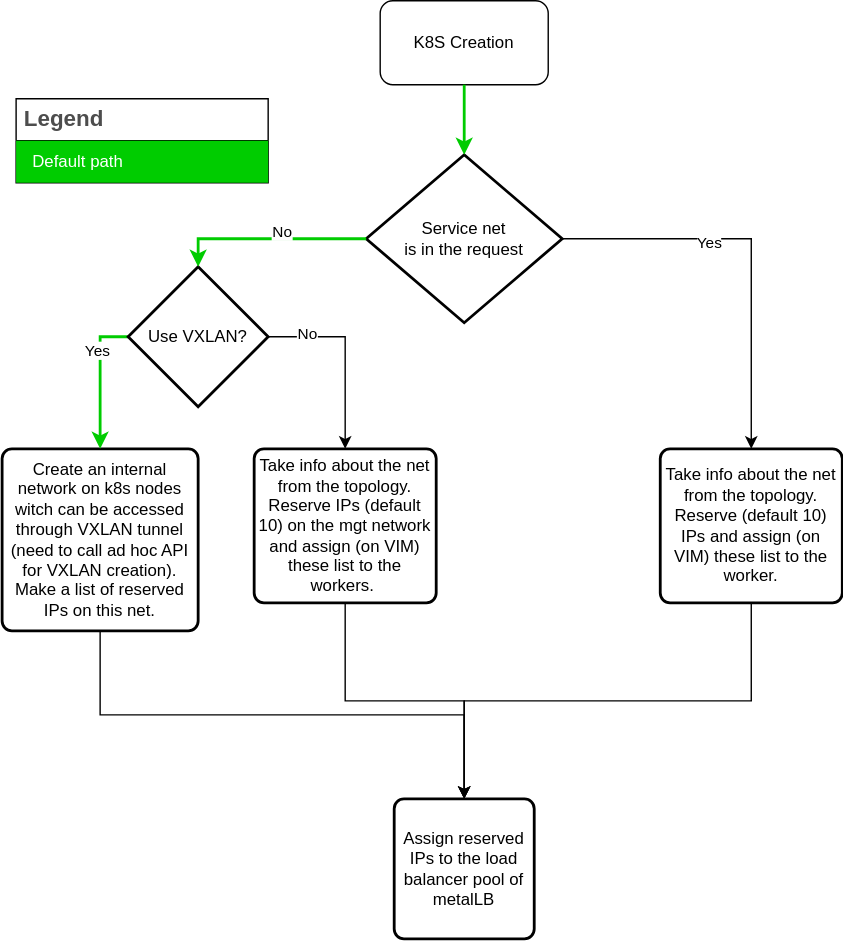
s2n-cnit/nfvcl-ng keeps this draw.io diagram as docs/images/k8s/k8s_blueprint-LB_assignment.drawio.svg. Above is the earlier version. Source tidied: cells renumbered, new cells last; positions are measured from the earlier drawing's top-left corner, leaving out a move shared by most shapes.
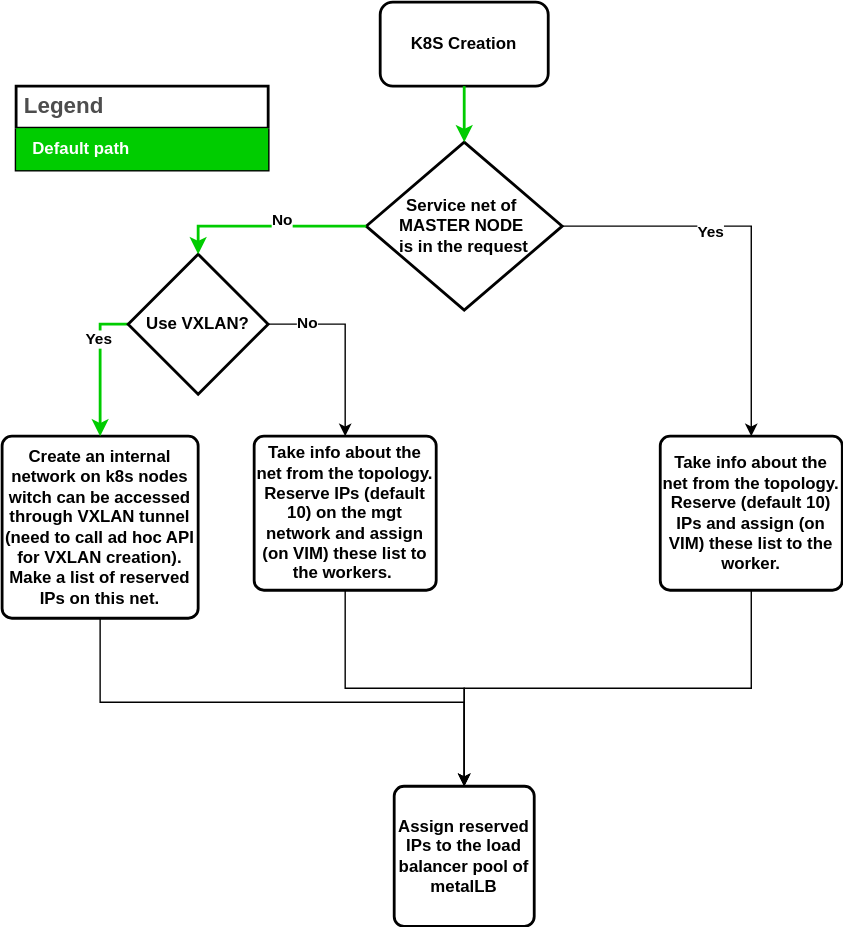
After the commit.

The edit, as a diff of the source:
```diff
@@ -2,70 +2,70 @@
   <root>
     <mxCell id="0" />
     <mxCell id="1" parent="0" />
-    <mxCell id="2" style="edgeStyle=orthogonalEdgeStyle;rounded=0;jettySize=auto;html=1;exitX=1;exitY=0.5;exitDx=0;exitDy=0;exitPerimeter=0;entryX=0.5;entryY=0;entryDx=0;entryDy=0;" parent="1" edge="1" source="4" target="20">
+    <mxCell id="2" style="edgeStyle=orthogonalEdgeStyle;rounded=0;jettySize=auto;html=1;exitX=1;exitY=0.5;exitDx=0;exitDy=0;exitPerimeter=0;entryX=0.5;entryY=0;entryDx=0;entryDy=0;fontStyle=1;" parent="1" edge="1" source="4" target="20">
       <mxGeometry relative="1" as="geometry" />
     </mxCell>
-    <mxCell id="3" value="Yes" style="edgeLabel;html=1;align=center;verticalAlign=middle;" parent="2" vertex="1">
+    <mxCell id="3" value="Yes" style="edgeLabel;html=1;align=center;verticalAlign=middle;fontStyle=1;" parent="2" vertex="1">
       <mxGeometry x="-0.26" y="-3" relative="1" as="geometry" />
     </mxCell>
-    <mxCell id="4" value="Service net&lt;div&gt;is in the request&lt;/div&gt;" style="strokeWidth=2;html=1;shape=mxgraph.flowchart.decision;whiteSpace=wrap;" parent="1" vertex="1">
+    <mxCell id="4" value="Service net of&amp;nbsp;&lt;div&gt;MASTER NODE&amp;nbsp;&lt;/div&gt;&lt;div&gt;&lt;span style=&quot;background-color: initial;&quot;&gt;is in the request&lt;/span&gt;&lt;/div&gt;" style="strokeWidth=2;html=1;shape=mxgraph.flowchart.decision;whiteSpace=wrap;fontStyle=1;" parent="1" vertex="1">
       <mxGeometry x="260" y="110" width="140" height="120" as="geometry" />
     </mxCell>
-    <mxCell id="5" value="K8S Creation" style="rounded=1;whiteSpace=wrap;html=1;" parent="1" vertex="1">
-      <mxGeometry x="270" width="120" height="60" as="geometry" />
+    <mxCell id="5" value="K8S Creation" style="rounded=1;whiteSpace=wrap;html=1;fontStyle=1;strokeWidth=2;" parent="1" vertex="1">
+      <mxGeometry x="270" y="10" width="120" height="60" as="geometry" />
     </mxCell>
-    <mxCell id="6" style="edgeStyle=orthogonalEdgeStyle;rounded=0;jettySize=auto;html=1;exitX=0.5;exitY=1;exitDx=0;exitDy=0;entryX=0.5;entryY=0;entryDx=0;entryDy=0;entryPerimeter=0;strokeWidth=2;strokeColor=#00CC00;" parent="1" edge="1" source="5" target="4">
+    <mxCell id="6" style="edgeStyle=orthogonalEdgeStyle;rounded=0;jettySize=auto;html=1;exitX=0.5;exitY=1;exitDx=0;exitDy=0;entryX=0.5;entryY=0;entryDx=0;entryDy=0;entryPerimeter=0;strokeWidth=2;strokeColor=#00CC00;fontStyle=1;" parent="1" edge="1" source="5" target="4">
       <mxGeometry relative="1" as="geometry" />
     </mxCell>
-    <mxCell id="7" style="edgeStyle=orthogonalEdgeStyle;rounded=0;jettySize=auto;html=1;exitX=0.5;exitY=1;exitDx=0;exitDy=0;entryX=0.5;entryY=0;entryDx=0;entryDy=0;" parent="1" edge="1" source="8" target="18">
+    <mxCell id="7" style="edgeStyle=orthogonalEdgeStyle;rounded=0;jettySize=auto;html=1;exitX=0.5;exitY=1;exitDx=0;exitDy=0;entryX=0.5;entryY=0;entryDx=0;entryDy=0;fontStyle=1;" parent="1" edge="1" source="8" target="18">
       <mxGeometry relative="1" as="geometry" />
     </mxCell>
-    <mxCell id="8" value="Create an internal network on k8s nodes witch can be accessed through VXLAN tunnel (need to call ad hoc API for VXLAN creation).&lt;div&gt;Make a list of reserved IPs on this net.&lt;/div&gt;" style="rounded=1;whiteSpace=wrap;html=1;absoluteArcSize=1;arcSize=14;strokeWidth=2;" parent="1" vertex="1">
+    <mxCell id="8" value="Create an internal network on k8s nodes witch can be accessed through VXLAN tunnel (need to call ad hoc API for VXLAN creation).&lt;div&gt;Make a list of reserved IPs on this net.&lt;/div&gt;" style="rounded=1;whiteSpace=wrap;html=1;absoluteArcSize=1;arcSize=14;strokeWidth=2;fontStyle=1;" parent="1" vertex="1">
       <mxGeometry y="320" width="140" height="130" as="geometry" />
     </mxCell>
-    <mxCell id="9" style="edgeStyle=orthogonalEdgeStyle;rounded=0;jettySize=auto;html=1;exitX=0;exitY=0.5;exitDx=0;exitDy=0;exitPerimeter=0;entryX=0.5;entryY=0;entryDx=0;entryDy=0;strokeWidth=2;strokeColor=#00CC00;" parent="1" edge="1" source="13" target="8">
+    <mxCell id="9" style="edgeStyle=orthogonalEdgeStyle;rounded=0;jettySize=auto;html=1;exitX=0;exitY=0.5;exitDx=0;exitDy=0;exitPerimeter=0;entryX=0.5;entryY=0;entryDx=0;entryDy=0;strokeWidth=2;strokeColor=#00CC00;fontStyle=1;" parent="1" edge="1" source="13" target="8">
       <mxGeometry relative="1" as="geometry" />
     </mxCell>
-    <mxCell id="10" value="Yes" style="edgeLabel;html=1;align=center;verticalAlign=middle;" parent="9" vertex="1">
+    <mxCell id="10" value="Yes" style="edgeLabel;html=1;align=center;verticalAlign=middle;fontStyle=1;" parent="9" vertex="1">
       <mxGeometry x="-0.41" y="-2" relative="1" as="geometry" />
     </mxCell>
-    <mxCell id="11" style="edgeStyle=orthogonalEdgeStyle;rounded=0;jettySize=auto;html=1;exitX=1;exitY=0.5;exitDx=0;exitDy=0;exitPerimeter=0;" parent="1" edge="1" source="13" target="17">
+    <mxCell id="11" style="edgeStyle=orthogonalEdgeStyle;rounded=0;jettySize=auto;html=1;exitX=1;exitY=0.5;exitDx=0;exitDy=0;exitPerimeter=0;fontStyle=1;" parent="1" edge="1" source="13" target="17">
       <mxGeometry relative="1" as="geometry" />
     </mxCell>
-    <mxCell id="12" value="No" style="edgeLabel;html=1;align=center;verticalAlign=middle;" parent="11" vertex="1">
+    <mxCell id="12" value="No" style="edgeLabel;html=1;align=center;verticalAlign=middle;fontStyle=1;" parent="11" vertex="1">
       <mxGeometry x="-0.6" y="2" relative="1" as="geometry" />
     </mxCell>
-    <mxCell id="13" value="Use VXLAN?" style="strokeWidth=2;html=1;shape=mxgraph.flowchart.decision;whiteSpace=wrap;" parent="1" vertex="1">
+    <mxCell id="13" value="Use VXLAN?" style="strokeWidth=2;html=1;shape=mxgraph.flowchart.decision;whiteSpace=wrap;fontStyle=1;" parent="1" vertex="1">
       <mxGeometry x="90" y="190" width="100" height="100" as="geometry" />
     </mxCell>
-    <mxCell id="14" style="edgeStyle=orthogonalEdgeStyle;rounded=0;jettySize=auto;html=1;exitX=0;exitY=0.5;exitDx=0;exitDy=0;exitPerimeter=0;entryX=0.5;entryY=0;entryDx=0;entryDy=0;entryPerimeter=0;strokeWidth=2;strokeColor=#00CC00;" parent="1" edge="1" source="4" target="13">
+    <mxCell id="14" style="edgeStyle=orthogonalEdgeStyle;rounded=0;jettySize=auto;html=1;exitX=0;exitY=0.5;exitDx=0;exitDy=0;exitPerimeter=0;entryX=0.5;entryY=0;entryDx=0;entryDy=0;entryPerimeter=0;strokeWidth=2;strokeColor=#00CC00;fontStyle=1;" parent="1" edge="1" source="4" target="13">
       <mxGeometry relative="1" as="geometry" />
     </mxCell>
-    <mxCell id="15" value="No" style="edgeLabel;html=1;align=center;verticalAlign=middle;" parent="14" vertex="1">
+    <mxCell id="15" value="No" style="edgeLabel;html=1;align=center;verticalAlign=middle;fontStyle=1;" parent="14" vertex="1">
       <mxGeometry x="-0.13" y="-5" relative="1" as="geometry" />
     </mxCell>
-    <mxCell id="16" style="edgeStyle=orthogonalEdgeStyle;rounded=0;jettySize=auto;html=1;exitX=0.5;exitY=1;exitDx=0;exitDy=0;entryX=0.5;entryY=0;entryDx=0;entryDy=0;" parent="1" edge="1" source="17" target="18">
+    <mxCell id="16" style="edgeStyle=orthogonalEdgeStyle;rounded=0;jettySize=auto;html=1;exitX=0.5;exitY=1;exitDx=0;exitDy=0;entryX=0.5;entryY=0;entryDx=0;entryDy=0;fontStyle=1;" parent="1" edge="1" source="17" target="18">
       <mxGeometry relative="1" as="geometry" />
     </mxCell>
-    <mxCell id="17" value="Take info about the net from the topology.&lt;div&gt;Reserve IPs (default 10) on the mgt network and assign (on VIM) these list to the workers.&amp;nbsp;&lt;/div&gt;" style="rounded=1;whiteSpace=wrap;html=1;absoluteArcSize=1;arcSize=14;strokeWidth=2;" parent="1" vertex="1">
+    <mxCell id="17" value="Take info about the net from the topology.&lt;div&gt;Reserve IPs (default 10) on the mgt network and assign (on VIM) these list to the workers.&amp;nbsp;&lt;/div&gt;" style="rounded=1;whiteSpace=wrap;html=1;absoluteArcSize=1;arcSize=14;strokeWidth=2;fontStyle=1;" parent="1" vertex="1">
       <mxGeometry x="180" y="320" width="130" height="110" as="geometry" />
     </mxCell>
-    <mxCell id="18" value="Assign reserved IPs to the load balancer pool of metalLB" style="rounded=1;whiteSpace=wrap;html=1;absoluteArcSize=1;arcSize=14;strokeWidth=2;" parent="1" vertex="1">
+    <mxCell id="18" value="Assign reserved IPs to the load balancer pool of metalLB" style="rounded=1;whiteSpace=wrap;html=1;absoluteArcSize=1;arcSize=14;strokeWidth=2;fontStyle=1;" parent="1" vertex="1">
       <mxGeometry x="280" y="570" width="100" height="100" as="geometry" />
     </mxCell>
-    <mxCell id="19" style="edgeStyle=orthogonalEdgeStyle;rounded=0;jettySize=auto;html=1;exitX=0.5;exitY=1;exitDx=0;exitDy=0;entryX=0.5;entryY=0;entryDx=0;entryDy=0;" parent="1" edge="1" source="20" target="18">
+    <mxCell id="19" style="edgeStyle=orthogonalEdgeStyle;rounded=0;jettySize=auto;html=1;exitX=0.5;exitY=1;exitDx=0;exitDy=0;entryX=0.5;entryY=0;entryDx=0;entryDy=0;fontStyle=1;" parent="1" edge="1" source="20" target="18">
       <mxGeometry relative="1" as="geometry" />
     </mxCell>
-    <mxCell id="20" value="Take info about the net from the topology. Reserve (default 10) IPs and assign (on VIM) these list to the worker." style="rounded=1;whiteSpace=wrap;html=1;absoluteArcSize=1;arcSize=14;strokeWidth=2;" parent="1" vertex="1">
+    <mxCell id="20" value="Take info about the net from the topology. Reserve (default 10) IPs and assign (on VIM) these list to the worker." style="rounded=1;whiteSpace=wrap;html=1;absoluteArcSize=1;arcSize=14;strokeWidth=2;fontStyle=1;" parent="1" vertex="1">
       <mxGeometry x="470" y="320" width="130" height="110" as="geometry" />
     </mxCell>
-    <mxCell id="21" value="Legend" style="shape=table;startSize=30;fontSize=16;align=left;verticalAlign=top;fillColor=none;strokeColor=default;fontColor=#4D4D4D;fontStyle=1;spacingLeft=6;spacing=0;" parent="1" vertex="1">
+    <mxCell id="21" value="Legend" style="shape=table;startSize=30;fontSize=16;align=left;verticalAlign=top;fillColor=none;strokeColor=default;fontColor=#4D4D4D;fontStyle=1;spacingLeft=6;spacing=0;strokeWidth=2;" parent="1" vertex="1">
       <mxGeometry x="10" y="70" width="180" height="60" as="geometry" />
     </mxCell>
-    <mxCell id="22" style="shape=tableRow;horizontal=0;startSize=0;swimlaneHead=0;swimlaneBody=0;strokeColor=inherit;top=0;left=0;bottom=0;right=0;fillColor=none;fontSize=12;" parent="21" vertex="1">
+    <mxCell id="22" style="shape=tableRow;horizontal=0;startSize=0;swimlaneHead=0;swimlaneBody=0;strokeColor=inherit;top=0;left=0;bottom=0;right=0;fillColor=none;fontSize=12;fontStyle=1;" parent="21" vertex="1">
       <mxGeometry y="30" width="180" height="30" as="geometry" />
     </mxCell>
-    <mxCell id="23" value="Default path" style="shape=partialRectangle;html=1;whiteSpace=wrap;strokeColor=inherit;overflow=hidden;fillColor=#00CC00;top=0;left=0;bottom=0;right=0;fontSize=12;align=left;fontColor=#FFFFFF;gradientColor=none;spacingLeft=10;spacingRight=4;" parent="22" vertex="1">
+    <mxCell id="23" value="Default path" style="shape=partialRectangle;html=1;whiteSpace=wrap;strokeColor=inherit;overflow=hidden;fillColor=#00CC00;top=0;left=0;bottom=0;right=0;fontSize=12;align=left;fontColor=#FFFFFF;gradientColor=none;spacingLeft=10;spacingRight=4;fontStyle=1;strokeWidth=2;" parent="22" vertex="1">
       <mxGeometry width="180" height="30" as="geometry" />
     </mxCell>
   </root>
```
